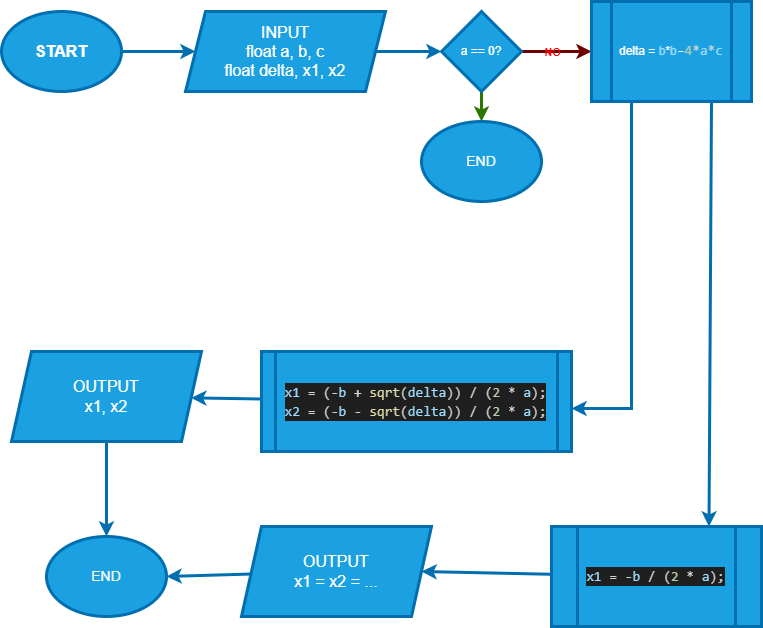
Above: Lab_2/Bai_3/FlowBai_3_2.drawio.png in MinkWungNe/NLNNLT (draw.io), before the change. Source tidied: cells renumbered, new cells last; positions are measured from the earlier drawing's top-left corner, leaving out a move shared by most shapes. Source of this version:
```xml
<mxGraphModel>
  <root>
    <mxCell id="0" />
    <mxCell id="1" parent="0" />
    <mxCell id="2" style="edgeStyle=none;html=1;entryX=0;entryY=0.5;entryDx=0;entryDy=0;fontColor=#FFFFFF;strokeWidth=3;fillColor=#1ba1e2;strokeColor=#006EAF;" parent="1" edge="1" source="3" target="5">
      <mxGeometry relative="1" as="geometry" />
    </mxCell>
    <mxCell id="3" value="&lt;b style=&quot;font-size: 16px;&quot;&gt;START&lt;/b&gt;" style="ellipse;whiteSpace=wrap;html=1;strokeColor=#006EAF;strokeWidth=3;perimeterSpacing=0;fontSize=16;rounded=0;shadow=0;fillColor=#1ba1e2;fontColor=#ffffff;" parent="1" vertex="1">
      <mxGeometry y="10" width="120" height="80" as="geometry" />
    </mxCell>
    <mxCell id="4" style="edgeStyle=none;html=1;entryX=0;entryY=0.5;entryDx=0;entryDy=0;fontColor=#FFFFFF;strokeWidth=3;fillColor=#1ba1e2;strokeColor=#006EAF;" parent="1" edge="1" source="5" target="9">
      <mxGeometry relative="1" as="geometry" />
    </mxCell>
    <mxCell id="5" value="INPUT&lt;br style=&quot;font-size: 16px;&quot;&gt;float a, b, c&lt;br style=&quot;font-size: 16px;&quot;&gt;float delta, x1, x2" style="shape=parallelogram;perimeter=parallelogramPerimeter;whiteSpace=wrap;html=1;fixedSize=1;strokeColor=#006EAF;strokeWidth=3;fontSize=16;rounded=0;shadow=0;fillColor=#1ba1e2;fontColor=#ffffff;" parent="1" vertex="1">
      <mxGeometry x="184" y="10" width="200" height="80" as="geometry" />
    </mxCell>
    <mxCell id="6" style="edgeStyle=none;html=1;entryX=0;entryY=0.5;entryDx=0;entryDy=0;fontColor=#FFFFFF;strokeWidth=3;fillColor=#a20025;strokeColor=#6F0000;" parent="1" edge="1" source="9" target="12">
      <mxGeometry relative="1" as="geometry" />
    </mxCell>
    <mxCell id="7" value="NO" style="edgeLabel;html=1;align=center;verticalAlign=middle;fontStyle=1;fontColor=#FF0000;labelBackgroundColor=none;" parent="6" vertex="1">
      <mxGeometry x="-0.43" y="-4" relative="1" as="geometry">
        <mxPoint x="10" y="-4" as="offset" />
      </mxGeometry>
    </mxCell>
    <mxCell id="8" style="edgeStyle=none;html=1;strokeWidth=3;fontColor=#FF0000;fillColor=#60a917;strokeColor=#2D7600;entryX=0.5;entryY=0;entryDx=0;entryDy=0;" parent="1" edge="1" source="9" target="22">
      <mxGeometry relative="1" as="geometry" />
    </mxCell>
    <mxCell id="9" value="a == 0?" style="rhombus;whiteSpace=wrap;html=1;strokeColor=#006EAF;strokeWidth=3;shadow=0;rounded=0;fillColor=#1ba1e2;fontColor=#ffffff;" parent="1" vertex="1">
      <mxGeometry x="440" y="10" width="80" height="80" as="geometry" />
    </mxCell>
    <mxCell id="10" style="edgeStyle=none;html=1;entryX=1;entryY=0.57;entryDx=0;entryDy=0;entryPerimeter=0;fontColor=#FFFFFF;exitX=0.25;exitY=1;exitDx=0;exitDy=0;rounded=0;strokeWidth=3;fillColor=#1ba1e2;strokeColor=#006EAF;" parent="1" edge="1" source="12" target="14">
      <mxGeometry relative="1" as="geometry">
        <Array as="points">
          <mxPoint x="630" y="407" />
        </Array>
      </mxGeometry>
    </mxCell>
    <mxCell id="11" style="edgeStyle=none;rounded=0;html=1;entryX=0.75;entryY=0;entryDx=0;entryDy=0;fontSize=14;fontColor=#FFFFFF;exitX=0.75;exitY=1;exitDx=0;exitDy=0;strokeWidth=3;fillColor=#1ba1e2;strokeColor=#006EAF;" parent="1" edge="1" source="12" target="18">
      <mxGeometry relative="1" as="geometry" />
    </mxCell>
    <mxCell id="12" value="delta = &lt;font color=&quot;#9cdcfe&quot;&gt;b&lt;/font&gt;*&lt;font color=&quot;#9cdcfe&quot;&gt;b&lt;/font&gt;&lt;span style=&quot;font-family: Consolas, &amp;quot;Courier New&amp;quot;, monospace; font-size: 14px;&quot;&gt;&lt;font color=&quot;#ffffff&quot;&gt;-&lt;/font&gt;&lt;/span&gt;&lt;span style=&quot;font-family: Consolas, &amp;quot;Courier New&amp;quot;, monospace; font-size: 14px; color: rgb(181, 206, 168);&quot;&gt;4&lt;/span&gt;&lt;span style=&quot;font-family: Consolas, &amp;quot;Courier New&amp;quot;, monospace; font-size: 14px; color: rgb(212, 212, 212);&quot;&gt;*&lt;/span&gt;&lt;span style=&quot;font-family: Consolas, &amp;quot;Courier New&amp;quot;, monospace; font-size: 14px;&quot;&gt;&lt;font color=&quot;#9cdcfe&quot;&gt;a&lt;/font&gt;&lt;/span&gt;&lt;span style=&quot;font-family: Consolas, &amp;quot;Courier New&amp;quot;, monospace; font-size: 14px; color: rgb(212, 212, 212);&quot;&gt;*&lt;/span&gt;&lt;span style=&quot;font-family: Consolas, &amp;quot;Courier New&amp;quot;, monospace; font-size: 14px; color: rgb(156, 220, 254);&quot;&gt;c&lt;/span&gt;" style="shape=process;whiteSpace=wrap;html=1;backgroundOutline=1;rounded=0;shadow=0;sketch=0;size=0.125;strokeColor=#006EAF;strokeWidth=3;fillColor=#1ba1e2;fontColor=#ffffff;" parent="1" vertex="1">
      <mxGeometry x="590" width="160" height="100" as="geometry" />
    </mxCell>
    <mxCell id="13" style="edgeStyle=none;rounded=0;html=1;fontSize=14;fontColor=#FFFFFF;strokeWidth=3;fillColor=#1ba1e2;strokeColor=#006EAF;" parent="1" edge="1" source="14" target="16">
      <mxGeometry relative="1" as="geometry" />
    </mxCell>
    <mxCell id="14" value="&lt;div style=&quot;background-color: rgb(31, 31, 31); font-family: Consolas, &amp;quot;Courier New&amp;quot;, monospace; font-size: 14px; line-height: 19px;&quot;&gt;&lt;div style=&quot;color: rgb(204, 204, 204); font-size: 14px;&quot;&gt;&lt;span style=&quot;color: rgb(156, 220, 254); font-size: 14px;&quot;&gt;x1&lt;/span&gt; &lt;span style=&quot;color: rgb(212, 212, 212); font-size: 14px;&quot;&gt;=&lt;/span&gt; (&lt;span style=&quot;color: rgb(212, 212, 212); font-size: 14px;&quot;&gt;-&lt;/span&gt;&lt;span style=&quot;color: rgb(156, 220, 254); font-size: 14px;&quot;&gt;b&lt;/span&gt; &lt;span style=&quot;color: rgb(212, 212, 212); font-size: 14px;&quot;&gt;+&lt;/span&gt; &lt;span style=&quot;color: rgb(220, 220, 170); font-size: 14px;&quot;&gt;sqrt&lt;/span&gt;(&lt;span style=&quot;color: rgb(156, 220, 254); font-size: 14px;&quot;&gt;delta&lt;/span&gt;)) &lt;span style=&quot;color: rgb(212, 212, 212); font-size: 14px;&quot;&gt;/&lt;/span&gt; (&lt;span style=&quot;color: rgb(181, 206, 168); font-size: 14px;&quot;&gt;2&lt;/span&gt; &lt;span style=&quot;color: rgb(212, 212, 212); font-size: 14px;&quot;&gt;*&lt;/span&gt; &lt;span style=&quot;color: rgb(156, 220, 254); font-size: 14px;&quot;&gt;a&lt;/span&gt;);&lt;/div&gt;&lt;div style=&quot;font-size: 14px;&quot;&gt;&lt;span style=&quot;color: rgb(156, 220, 254); font-size: 14px;&quot;&gt;x2&lt;/span&gt;&lt;font color=&quot;#cccccc&quot; style=&quot;font-size: 14px;&quot;&gt;&amp;nbsp;&lt;/font&gt;&lt;span style=&quot;color: rgb(212, 212, 212); font-size: 14px;&quot;&gt;=&lt;/span&gt;&lt;font color=&quot;#cccccc&quot; style=&quot;font-size: 14px;&quot;&gt; (&lt;/font&gt;&lt;span style=&quot;color: rgb(212, 212, 212); font-size: 14px;&quot;&gt;-&lt;/span&gt;&lt;span style=&quot;color: rgb(156, 220, 254); font-size: 14px;&quot;&gt;b&lt;/span&gt; &lt;span style=&quot;color: rgb(212, 212, 212); font-size: 14px;&quot;&gt;-&lt;/span&gt; &lt;span style=&quot;color: rgb(220, 220, 170); font-size: 14px;&quot;&gt;sqrt&lt;/span&gt;&lt;font color=&quot;#cccccc&quot; style=&quot;font-size: 14px;&quot;&gt;(&lt;/font&gt;&lt;span style=&quot;color: rgb(156, 220, 254); font-size: 14px;&quot;&gt;delta&lt;/span&gt;&lt;font color=&quot;#cccccc&quot; style=&quot;font-size: 14px;&quot;&gt;)) &lt;/font&gt;&lt;span style=&quot;color: rgb(212, 212, 212); font-size: 14px;&quot;&gt;/&lt;/span&gt;&lt;font color=&quot;#cccccc&quot; style=&quot;font-size: 14px;&quot;&gt; (&lt;/font&gt;&lt;span style=&quot;color: rgb(181, 206, 168); font-size: 14px;&quot;&gt;2&lt;/span&gt; &lt;span style=&quot;color: rgb(212, 212, 212); font-size: 14px;&quot;&gt;*&lt;/span&gt; &lt;span style=&quot;color: rgb(156, 220, 254); font-size: 14px;&quot;&gt;a&lt;/span&gt;&lt;font color=&quot;#cccccc&quot; style=&quot;font-size: 14px;&quot;&gt;);&lt;/font&gt;&lt;/div&gt;&lt;/div&gt;" style="shape=process;whiteSpace=wrap;html=1;backgroundOutline=1;rounded=0;shadow=0;sketch=0;fontColor=#ffffff;size=0.046511627906976744;fontSize=14;strokeColor=#006EAF;strokeWidth=3;fillColor=#1ba1e2;" parent="1" vertex="1">
      <mxGeometry x="260" y="350" width="310" height="100" as="geometry" />
    </mxCell>
    <mxCell id="15" style="edgeStyle=none;rounded=0;html=1;entryX=0.5;entryY=0;entryDx=0;entryDy=0;fontSize=14;fontColor=#FFFFFF;strokeWidth=3;fillColor=#1ba1e2;strokeColor=#006EAF;" parent="1" edge="1" source="16" target="21">
      <mxGeometry relative="1" as="geometry" />
    </mxCell>
    <mxCell id="16" value="OUTPUT&lt;br style=&quot;font-size: 16px;&quot;&gt;x1, x2" style="shape=parallelogram;perimeter=parallelogramPerimeter;whiteSpace=wrap;html=1;fixedSize=1;rounded=0;shadow=0;sketch=0;fontColor=#ffffff;fontSize=16;strokeColor=#006EAF;strokeWidth=3;fillColor=#1ba1e2;" parent="1" vertex="1">
      <mxGeometry x="10" y="350" width="190" height="90" as="geometry" />
    </mxCell>
    <mxCell id="17" style="edgeStyle=none;rounded=0;html=1;entryX=1;entryY=0.5;entryDx=0;entryDy=0;fontSize=14;fontColor=#FFFFFF;strokeWidth=3;fillColor=#1ba1e2;strokeColor=#006EAF;" parent="1" edge="1" source="18" target="20">
      <mxGeometry relative="1" as="geometry" />
    </mxCell>
    <mxCell id="18" value="&lt;div style=&quot;color: rgb(204, 204, 204); background-color: rgb(31, 31, 31); font-family: Consolas, &amp;quot;Courier New&amp;quot;, monospace; font-size: 14px; line-height: 19px;&quot;&gt;&lt;span style=&quot;color: #9cdcfe;&quot;&gt;x1&lt;/span&gt; &lt;span style=&quot;color: #d4d4d4;&quot;&gt;=&lt;/span&gt; &lt;span style=&quot;color: #d4d4d4;&quot;&gt;-&lt;/span&gt;&lt;span style=&quot;color: #9cdcfe;&quot;&gt;b&lt;/span&gt; &lt;span style=&quot;color: #d4d4d4;&quot;&gt;/&lt;/span&gt; (&lt;span style=&quot;color: #b5cea8;&quot;&gt;2&lt;/span&gt; &lt;span style=&quot;color: #d4d4d4;&quot;&gt;*&lt;/span&gt; &lt;span style=&quot;color: #9cdcfe;&quot;&gt;a&lt;/span&gt;);&lt;/div&gt;" style="shape=process;whiteSpace=wrap;html=1;backgroundOutline=1;rounded=0;shadow=0;sketch=0;size=0.125;strokeColor=#006EAF;strokeWidth=3;fillColor=#1ba1e2;fontColor=#ffffff;" parent="1" vertex="1">
      <mxGeometry x="550" y="525" width="210" height="100" as="geometry" />
    </mxCell>
    <mxCell id="19" style="edgeStyle=none;rounded=0;html=1;fontSize=14;fontColor=#FFFFFF;entryX=1;entryY=0.5;entryDx=0;entryDy=0;strokeWidth=3;fillColor=#1ba1e2;strokeColor=#006EAF;" parent="1" edge="1" source="20" target="21">
      <mxGeometry relative="1" as="geometry" />
    </mxCell>
    <mxCell id="20" value="OUTPUT&lt;br style=&quot;font-size: 16px;&quot;&gt;x1 = x2 = ..." style="shape=parallelogram;perimeter=parallelogramPerimeter;whiteSpace=wrap;html=1;fixedSize=1;rounded=0;shadow=0;sketch=0;fontColor=#ffffff;fontSize=16;strokeColor=#006EAF;strokeWidth=3;fillColor=#1ba1e2;" parent="1" vertex="1">
      <mxGeometry x="240" y="525" width="190" height="90" as="geometry" />
    </mxCell>
    <mxCell id="21" value="END" style="ellipse;whiteSpace=wrap;html=1;rounded=0;shadow=0;sketch=0;fontSize=14;fontColor=#ffffff;strokeColor=#006EAF;strokeWidth=3;fillColor=#1ba1e2;" parent="1" vertex="1">
      <mxGeometry x="45" y="535" width="120" height="80" as="geometry" />
    </mxCell>
    <mxCell id="22" value="END" style="ellipse;whiteSpace=wrap;html=1;rounded=0;shadow=0;sketch=0;fontSize=14;fontColor=#ffffff;strokeColor=#006EAF;strokeWidth=3;fillColor=#1ba1e2;" parent="1" vertex="1">
      <mxGeometry x="420" y="120" width="120" height="80" as="geometry" />
    </mxCell>
  </root>
</mxGraphModel>
```
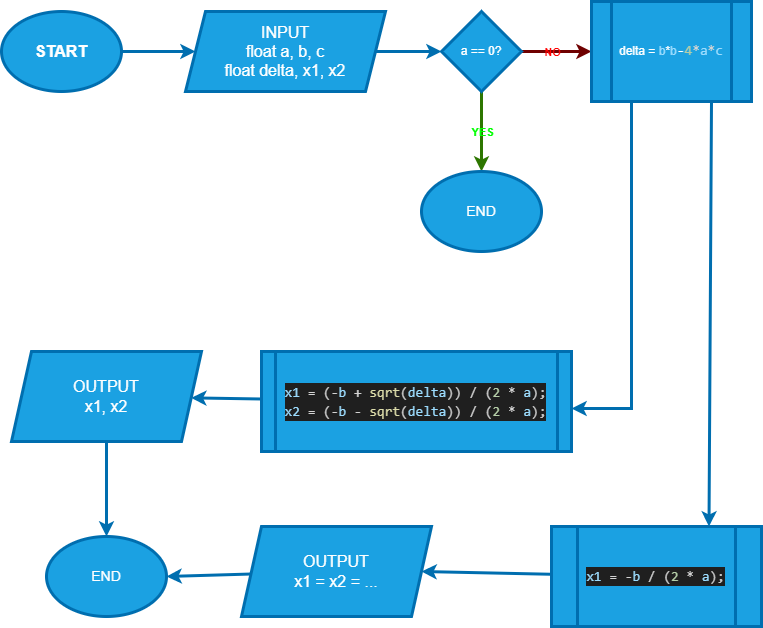
Later version of the same file.

Diff of the diagram source:
```diff
@@ -25,6 +25,11 @@
     <mxCell id="8" style="edgeStyle=none;html=1;strokeWidth=3;fontColor=#FF0000;fillColor=#60a917;strokeColor=#2D7600;entryX=0.5;entryY=0;entryDx=0;entryDy=0;" parent="1" edge="1" source="9" target="22">
       <mxGeometry relative="1" as="geometry" />
     </mxCell>
+    <mxCell id="23" value="YES" style="edgeLabel;html=1;align=center;verticalAlign=middle;fontStyle=1;fontColor=#00FF00;labelBackgroundColor=none;" parent="8" vertex="1">
+      <mxGeometry x="-0.33" y="1" relative="1" as="geometry">
+        <mxPoint x="-1" y="13" as="offset" />
+      </mxGeometry>
+    </mxCell>
     <mxCell id="9" value="a == 0?" style="rhombus;whiteSpace=wrap;html=1;strokeColor=#006EAF;strokeWidth=3;shadow=0;rounded=0;fillColor=#1ba1e2;fontColor=#ffffff;" parent="1" vertex="1">
       <mxGeometry x="440" y="10" width="80" height="80" as="geometry" />
     </mxCell>
@@ -69,7 +74,7 @@
       <mxGeometry x="45" y="535" width="120" height="80" as="geometry" />
     </mxCell>
     <mxCell id="22" value="END" style="ellipse;whiteSpace=wrap;html=1;rounded=0;shadow=0;sketch=0;fontSize=14;fontColor=#ffffff;strokeColor=#006EAF;strokeWidth=3;fillColor=#1ba1e2;" parent="1" vertex="1">
-      <mxGeometry x="420" y="120" width="120" height="80" as="geometry" />
+      <mxGeometry x="420" y="170" width="120" height="80" as="geometry" />
     </mxCell>
   </root>
 </mxGraphModel>
```
